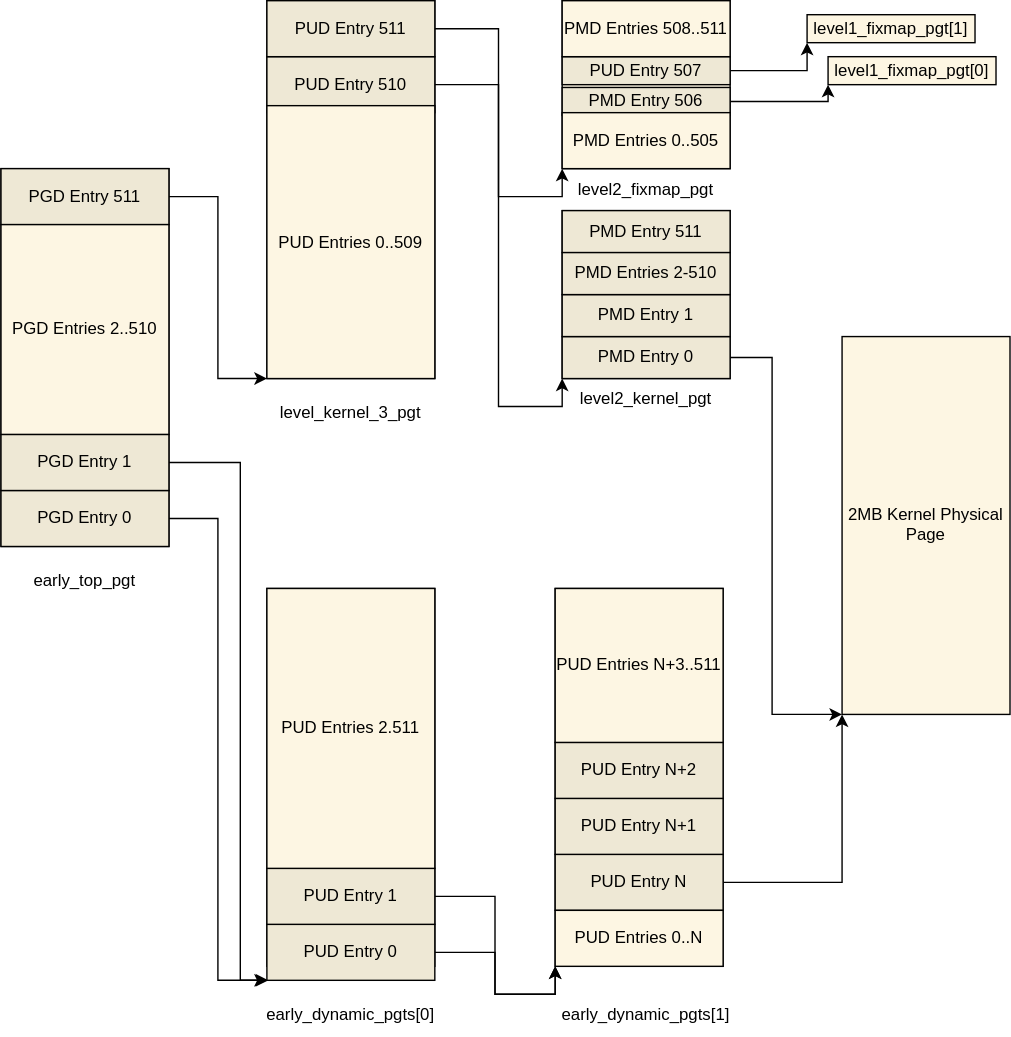
0xAX/linux-insides keeps this draw.io diagram as Initialization/images/early-page-tables-after-init.svg. Above is the earlier version. Source tidied: cells renumbered, new cells last; positions are measured from the earlier drawing's top-left corner, leaving out a move shared by most shapes.
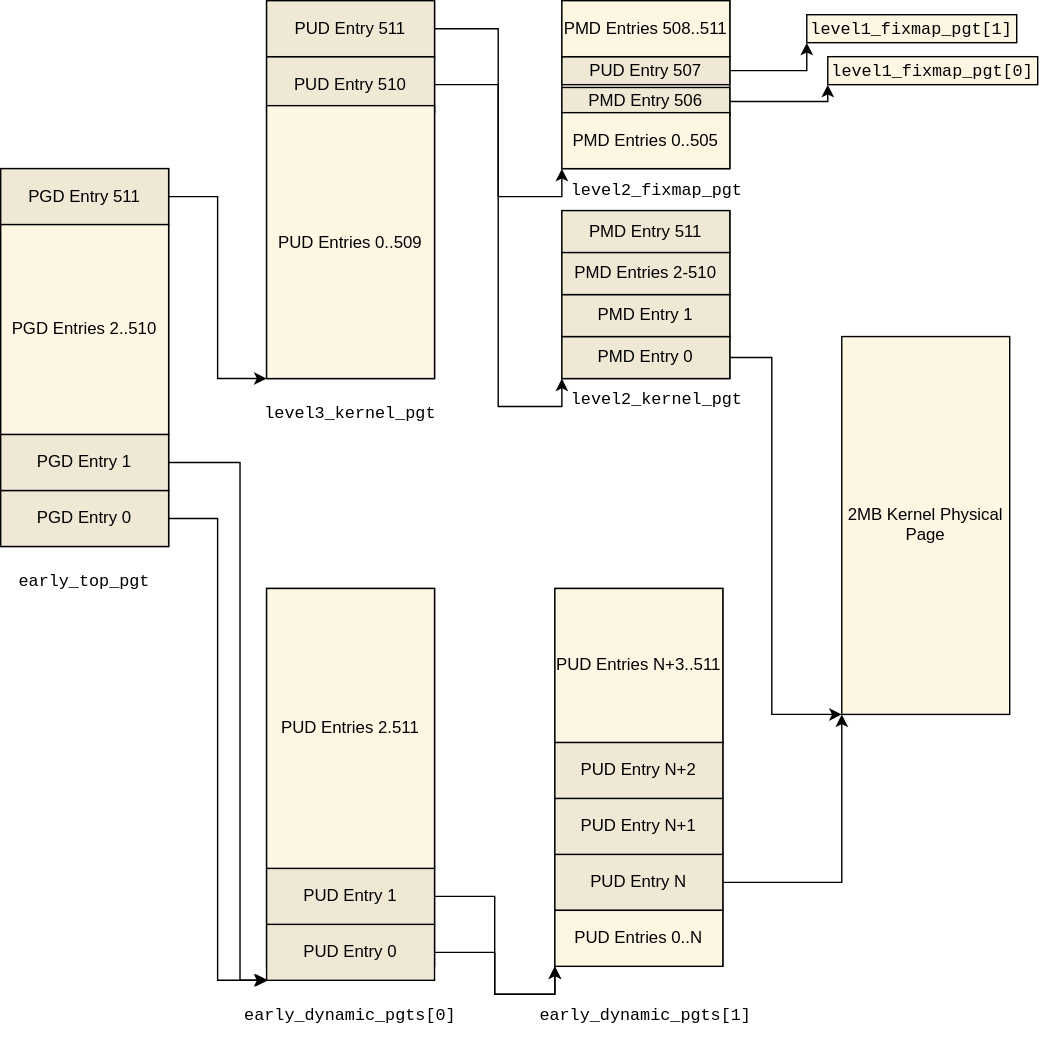
After the change.

Change to the diagram source:
```diff
@@ -124,11 +124,11 @@
         </Array>
       </mxGeometry>
     </mxCell>
-    <mxCell id="34" value="level1_fixmap_pgt[1]" style="rounded=0;fillColor=#fdf6e3;strokeColor=#000000;html=0;fontSize=12;fontFamily=Helvetica;fontColor=#000000;" parent="1" vertex="1">
-      <mxGeometry x="576" y="10" width="120" height="20" as="geometry" />
+    <mxCell id="34" value="level1_fixmap_pgt[1]" style="rounded=0;fillColor=#fdf6e3;strokeColor=#000000;html=0;fontSize=12;fontFamily=monospace;fontColor=#000000;" parent="1" vertex="1">
+      <mxGeometry x="576" y="10" width="150" height="20" as="geometry" />
     </mxCell>
-    <mxCell id="35" value="level1_fixmap_pgt[0]" style="rounded=0;fillColor=#fdf6e3;strokeColor=#000000;html=0;fontSize=12;fontFamily=Helvetica;fontColor=#000000;" parent="1" vertex="1">
-      <mxGeometry x="591" y="40" width="120" height="20" as="geometry" />
+    <mxCell id="35" value="level1_fixmap_pgt[0]" style="rounded=0;fillColor=#fdf6e3;strokeColor=#000000;html=0;fontSize=12;fontFamily=monospace;fontColor=#000000;" parent="1" vertex="1">
+      <mxGeometry x="591" y="40" width="150" height="20" as="geometry" />
     </mxCell>
     <mxCell id="36" style="rounded=0;whiteSpace=wrap;html=1;" parent="1" vertex="1">
       <mxGeometry x="396" y="420" width="120" height="270" as="geometry" />
@@ -157,22 +157,22 @@
     <mxCell id="44" value="PMD Entries 508..511" style="rounded=0;fillColor=#fdf6e3;strokeColor=#000000;html=0;fontSize=12;fontFamily=Helvetica;fontColor=#000000;" parent="1" vertex="1">
       <mxGeometry x="401" width="120" height="40" as="geometry" />
     </mxCell>
-    <mxCell id="45" value="early_top_pgt" style="text;strokeColor=none;fillColor=none;align=center;verticalAlign=middle;rounded=0;html=0;fontSize=12;fontFamily=Helvetica;fontColor=#000000;" parent="1" vertex="1">
+    <mxCell id="45" value="early_top_pgt" style="text;strokeColor=none;fillColor=none;align=center;verticalAlign=middle;rounded=0;html=0;fontSize=12;fontFamily=monospace;fontColor=#000000;" parent="1" vertex="1">
       <mxGeometry x="30" y="400" width="60" height="30" as="geometry" />
     </mxCell>
-    <mxCell id="46" value="level_kernel_3_pgt" style="text;strokeColor=none;fillColor=none;align=center;verticalAlign=middle;rounded=0;html=0;fontSize=12;fontFamily=Helvetica;fontColor=#000000;" parent="1" vertex="1">
+    <mxCell id="46" value="level3_kernel_pgt" style="text;strokeColor=none;fillColor=none;align=center;verticalAlign=middle;rounded=0;html=0;fontSize=12;fontFamily=monospace;fontColor=#000000;" parent="1" vertex="1">
       <mxGeometry x="220" y="280" width="60" height="30" as="geometry" />
     </mxCell>
-    <mxCell id="47" value="early_dynamic_pgts[0]" style="text;strokeColor=none;fillColor=none;align=center;verticalAlign=middle;rounded=0;html=0;fontSize=12;fontFamily=Helvetica;fontColor=#000000;" parent="1" vertex="1">
+    <mxCell id="47" value="early_dynamic_pgts[0]" style="text;strokeColor=none;fillColor=none;align=center;verticalAlign=middle;rounded=0;html=0;fontSize=12;fontFamily=monospace;fontColor=#000000;" parent="1" vertex="1">
       <mxGeometry x="220" y="710" width="60" height="30" as="geometry" />
     </mxCell>
-    <mxCell id="48" value="level2_fixmap_pgt" style="text;strokeColor=none;fillColor=none;align=center;verticalAlign=middle;rounded=0;html=0;fontSize=12;fontFamily=Helvetica;fontColor=#000000;" parent="1" vertex="1">
-      <mxGeometry x="431" y="120" width="60" height="30" as="geometry" />
+    <mxCell id="48" value="level2_fixmap_pgt" style="text;strokeColor=none;fillColor=none;align=center;verticalAlign=middle;rounded=0;html=0;fontSize=12;fontFamily=monospace;fontColor=#000000;" parent="1" vertex="1">
+      <mxGeometry x="439" y="120" width="60" height="30" as="geometry" />
     </mxCell>
-    <mxCell id="49" value="level2_kernel_pgt" style="text;strokeColor=none;fillColor=none;align=center;verticalAlign=middle;rounded=0;html=0;fontSize=12;fontFamily=Helvetica;fontColor=#000000;" parent="1" vertex="1">
-      <mxGeometry x="431" y="270" width="60" height="30" as="geometry" />
+    <mxCell id="49" value="level2_kernel_pgt" style="text;strokeColor=none;fillColor=none;align=center;verticalAlign=middle;rounded=0;html=0;fontSize=12;fontFamily=monospace;fontColor=#000000;" parent="1" vertex="1">
+      <mxGeometry x="439" y="270" width="60" height="30" as="geometry" />
     </mxCell>
-    <mxCell id="50" value="early_dynamic_pgts[1]" style="text;strokeColor=none;fillColor=none;align=center;verticalAlign=middle;rounded=0;html=0;fontSize=12;fontFamily=Helvetica;fontColor=#000000;" parent="1" vertex="1">
+    <mxCell id="50" value="early_dynamic_pgts[1]" style="text;strokeColor=none;fillColor=none;align=center;verticalAlign=middle;rounded=0;html=0;fontSize=12;fontFamily=monospace;fontColor=#000000;" parent="1" vertex="1">
       <mxGeometry x="431" y="710" width="60" height="30" as="geometry" />
     </mxCell>
   </root>
```
